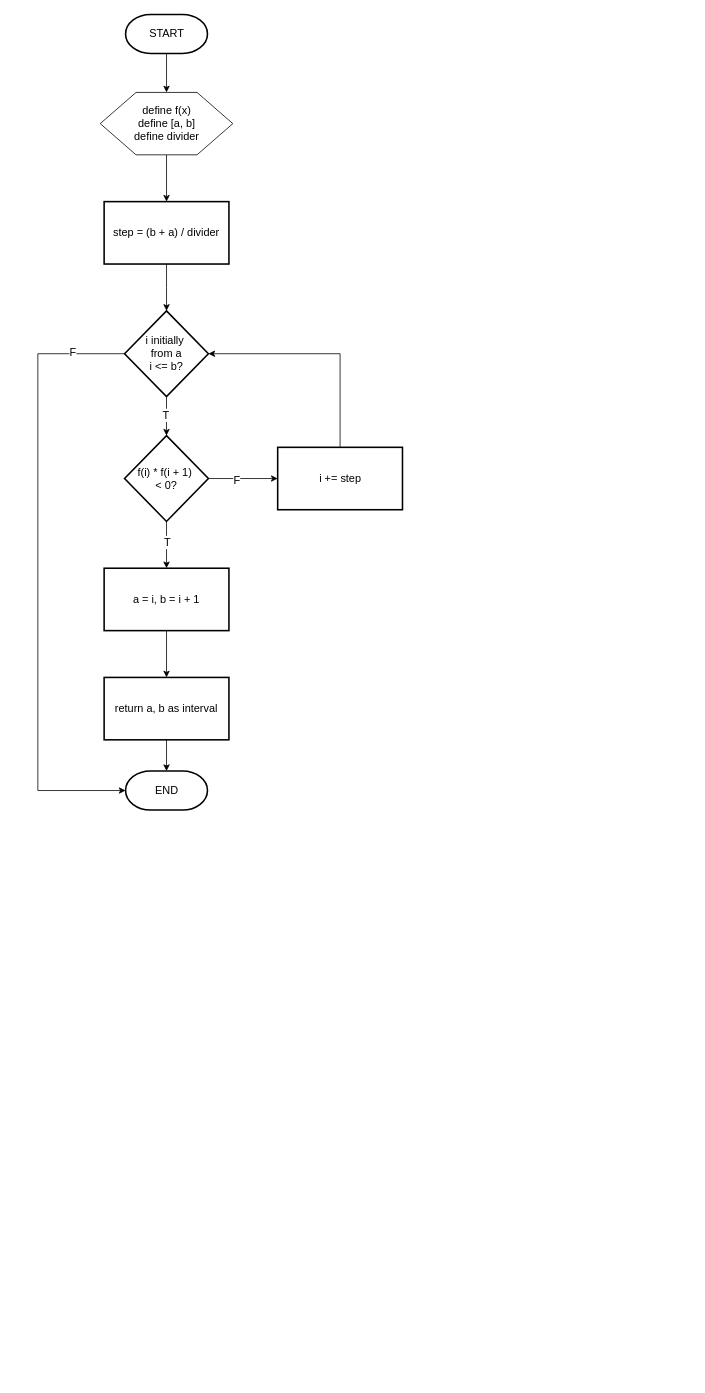
The draw.io diagram tabulation/tabulation.drawio in HarisHerdiansyah/computational-math, before the edit. Source tidied: cells renumbered, new cells numbered last; positions are measured from the earlier drawing's top-left corner, leaving out a move shared by most shapes. Both pictures are drawn from the tidied source at 78%, with x=0, y=0 at pixel (37, 14).
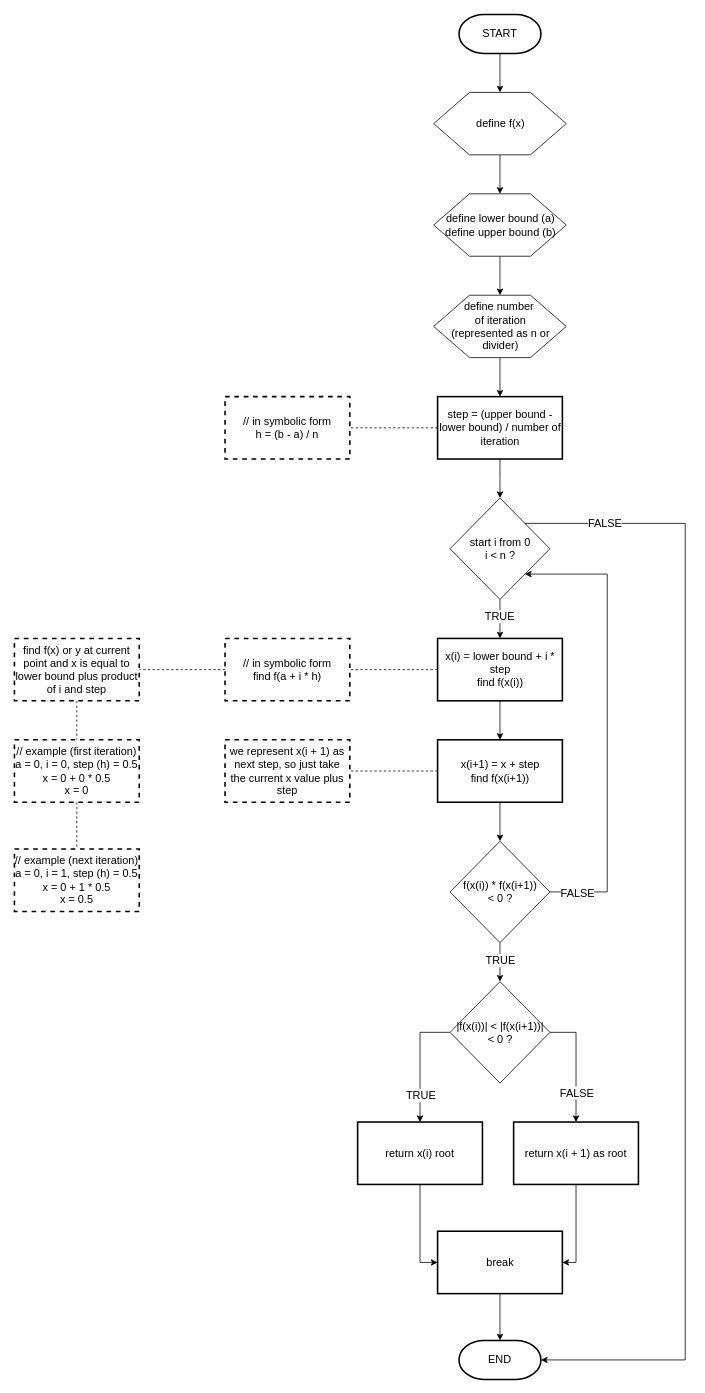
The same page after the edit.

Change to the diagram source:
```diff
@@
-    <mxCell id="2" style="edgeStyle=orthogonalEdgeStyle;rounded=0;jettySize=auto;html=1;fontSize=14;" parent="1" edge="1" source="3" target="5">
-      <mxGeometry relative="1" as="geometry" />
-    </mxCell>
+    <mxCell id="25" style="edgeStyle=orthogonalEdgeStyle;rounded=0;jettySize=auto;html=1;" parent="1" edge="1" source="3" target="27">
+      <mxGeometry relative="1" as="geometry" />
+    </mxCell>
     <mxCell id="3" value="START" style="strokeWidth=2;html=1;shape=mxgraph.flowchart.terminator;whiteSpace=wrap;fontSize=14;" parent="1" vertex="1">
-      <mxGeometry x="112.5" width="105" height="50" as="geometry" />
+      <mxGeometry x="540" width="105" height="50" as="geometry" />
     </mxCell>
-    <mxCell id="4" style="edgeStyle=orthogonalEdgeStyle;rounded=0;jettySize=auto;html=1;" parent="1" edge="1" source="5" target="21">
-      <mxGeometry relative="1" as="geometry" />
-    </mxCell>
-    <mxCell id="5" value="define f(x)&lt;div&gt;define [a, b]&lt;/div&gt;&lt;div&gt;define divider&lt;/div&gt;" style="verticalLabelPosition=middle;verticalAlign=middle;html=1;shape=hexagon;perimeter=hexagonPerimeter2;arcSize=6;size=0.27;labelPosition=center;align=center;fontSize=14;" parent="1" vertex="1">
-      <mxGeometry x="80" y="100" width="170" height="80" as="geometry" />
-    </mxCell>
-    <mxCell id="6" style="edgeStyle=orthogonalEdgeStyle;rounded=0;jettySize=auto;html=1;fontSize=14;" parent="1" edge="1" source="8" target="13">
-      <mxGeometry relative="1" as="geometry" />
-    </mxCell>
-    <mxCell id="7" value="&lt;font style=&quot;font-size: 14px;&quot;&gt;T&lt;/font&gt;" style="edgeLabel;html=1;align=center;verticalAlign=middle;" parent="6" vertex="1">
-      <mxGeometry x="-0.08" y="-1" relative="1" as="geometry" />
-    </mxCell>
-    <mxCell id="8" value="i initially&amp;nbsp;&lt;div&gt;from a&lt;div&gt;i &amp;lt;= b?&lt;/div&gt;&lt;/div&gt;" style="strokeWidth=2;html=1;shape=mxgraph.flowchart.decision;whiteSpace=wrap;fontSize=14;" parent="1" vertex="1">
-      <mxGeometry x="111.2" y="380" width="107.5" height="110" as="geometry" />
-    </mxCell>
-    <mxCell id="9" style="edgeStyle=orthogonalEdgeStyle;rounded=0;jettySize=auto;html=1;" parent="1" edge="1" source="13" target="15">
-      <mxGeometry relative="1" as="geometry" />
-    </mxCell>
-    <mxCell id="10" value="&lt;font style=&quot;font-size: 14px;&quot;&gt;T&lt;/font&gt;" style="edgeLabel;html=1;align=center;verticalAlign=middle;" parent="9" vertex="1">
-      <mxGeometry x="-0.15" relative="1" as="geometry" />
-    </mxCell>
-    <mxCell id="11" style="edgeStyle=orthogonalEdgeStyle;rounded=0;jettySize=auto;html=1;" parent="1" edge="1" source="13" target="16">
-      <mxGeometry relative="1" as="geometry" />
-    </mxCell>
-    <mxCell id="12" value="&lt;font style=&quot;font-size: 14px;&quot;&gt;F&lt;/font&gt;" style="edgeLabel;html=1;align=center;verticalAlign=middle;" parent="11" vertex="1">
-      <mxGeometry x="-0.19" y="-1" relative="1" as="geometry" />
-    </mxCell>
-    <mxCell id="13" value="f(i) * f(i + 1)&amp;nbsp;&lt;div&gt;&amp;lt; 0?&lt;/div&gt;" style="strokeWidth=2;html=1;shape=mxgraph.flowchart.decision;whiteSpace=wrap;fontSize=14;" parent="1" vertex="1">
-      <mxGeometry x="111.2" y="540" width="107.5" height="110" as="geometry" />
-    </mxCell>
-    <mxCell id="14" style="edgeStyle=orthogonalEdgeStyle;rounded=0;jettySize=auto;html=1;" parent="1" edge="1" source="15" target="19">
-      <mxGeometry relative="1" as="geometry" />
-    </mxCell>
-    <mxCell id="15" value="a = i, b = i + 1" style="rounded=1;whiteSpace=wrap;html=1;absoluteArcSize=1;arcSize=0;strokeWidth=2;fontSize=14;" parent="1" vertex="1">
-      <mxGeometry x="85" y="710" width="160" height="80" as="geometry" />
-    </mxCell>
-    <mxCell id="16" value="i += step" style="rounded=1;whiteSpace=wrap;html=1;absoluteArcSize=1;arcSize=0;strokeWidth=2;fontSize=14;" parent="1" vertex="1">
-      <mxGeometry x="307.5" y="555" width="160" height="80" as="geometry" />
-    </mxCell>
-    <mxCell id="17" style="edgeStyle=orthogonalEdgeStyle;rounded=0;jettySize=auto;html=1;exitX=0.5;exitY=0;exitDx=0;exitDy=0;entryX=1;entryY=0.5;entryDx=0;entryDy=0;entryPerimeter=0;" parent="1" edge="1" source="16" target="8">
-      <mxGeometry relative="1" as="geometry" />
-    </mxCell>
-    <mxCell id="18" style="edgeStyle=orthogonalEdgeStyle;rounded=0;jettySize=auto;html=1;" parent="1" edge="1" source="19" target="22">
-      <mxGeometry relative="1" as="geometry" />
-    </mxCell>
-    <mxCell id="19" value="return a, b as interval" style="rounded=1;whiteSpace=wrap;html=1;absoluteArcSize=1;arcSize=0;strokeWidth=2;fontSize=14;" parent="1" vertex="1">
-      <mxGeometry x="85" y="850" width="160" height="80" as="geometry" />
-    </mxCell>
-    <mxCell id="20" style="edgeStyle=orthogonalEdgeStyle;rounded=0;jettySize=auto;html=1;" parent="1" edge="1" source="21" target="8">
-      <mxGeometry relative="1" as="geometry" />
-    </mxCell>
-    <mxCell id="21" value="step = (b + a) / divider" style="rounded=1;whiteSpace=wrap;html=1;absoluteArcSize=1;arcSize=0;strokeWidth=2;fontSize=14;" parent="1" vertex="1">
-      <mxGeometry x="85" y="240" width="160" height="80" as="geometry" />
-    </mxCell>
+    <mxCell id="26" style="edgeStyle=orthogonalEdgeStyle;rounded=0;jettySize=auto;html=1;" parent="1" edge="1" source="27" target="29">
+      <mxGeometry relative="1" as="geometry" />
+    </mxCell>
+    <mxCell id="27" value="define f(x)" style="verticalLabelPosition=middle;verticalAlign=middle;html=1;shape=hexagon;perimeter=hexagonPerimeter2;arcSize=6;size=0.27;labelPosition=center;align=center;fontSize=14;" parent="1" vertex="1">
+      <mxGeometry x="507.5" y="100" width="170" height="80" as="geometry" />
+    </mxCell>
+    <mxCell id="28" style="edgeStyle=orthogonalEdgeStyle;rounded=0;jettySize=auto;html=1;" parent="1" edge="1" source="29" target="31">
+      <mxGeometry relative="1" as="geometry" />
+    </mxCell>
+    <mxCell id="29" value="define lower bound (a)&lt;div&gt;define upper bound (b)&lt;/div&gt;" style="verticalLabelPosition=middle;verticalAlign=middle;html=1;shape=hexagon;perimeter=hexagonPerimeter2;arcSize=6;size=0.27;labelPosition=center;align=center;fontSize=14;" parent="1" vertex="1">
+      <mxGeometry x="507.5" y="230" width="170" height="80" as="geometry" />
+    </mxCell>
+    <mxCell id="30" style="edgeStyle=orthogonalEdgeStyle;rounded=0;jettySize=auto;html=1;" parent="1" edge="1" source="31" target="34">
+      <mxGeometry relative="1" as="geometry" />
+    </mxCell>
+    <mxCell id="31" value="define number&amp;nbsp;&lt;div&gt;of iteration&lt;div&gt;(represented as n or&lt;/div&gt;&lt;div&gt;divider)&lt;/div&gt;&lt;/div&gt;" style="verticalLabelPosition=middle;verticalAlign=middle;html=1;shape=hexagon;perimeter=hexagonPerimeter2;arcSize=6;size=0.27;labelPosition=center;align=center;fontSize=14;" parent="1" vertex="1">
+      <mxGeometry x="507.5" y="360" width="170" height="80" as="geometry" />
+    </mxCell>
+    <mxCell id="32" style="edgeStyle=orthogonalEdgeStyle;rounded=0;jettySize=auto;html=1;endArrow=none;endFill=0;dashed=1;" parent="1" edge="1" source="34" target="35">
+      <mxGeometry relative="1" as="geometry" />
+    </mxCell>
+    <mxCell id="33" style="edgeStyle=orthogonalEdgeStyle;rounded=0;jettySize=auto;html=1;" parent="1" edge="1" source="34">
+      <mxGeometry relative="1" as="geometry">
+        <mxPoint x="592.5" y="620" as="targetPoint" />
+      </mxGeometry>
+    </mxCell>
+    <mxCell id="34" value="step = (upper bound - lower bound) / number of iteration" style="rounded=1;whiteSpace=wrap;html=1;absoluteArcSize=1;arcSize=0;strokeWidth=2;fontSize=14;" parent="1" vertex="1">
+      <mxGeometry x="512.5" y="490" width="160" height="80" as="geometry" />
+    </mxCell>
+    <mxCell id="35" value="// in symbolic form&lt;div&gt;h = (b - a) / n&lt;/div&gt;" style="rounded=1;whiteSpace=wrap;html=1;absoluteArcSize=1;arcSize=0;strokeWidth=2;fontSize=14;dashed=1;" parent="1" vertex="1">
+      <mxGeometry x="240" y="490" width="160" height="80" as="geometry" />
+    </mxCell>
+    <mxCell id="36" style="edgeStyle=orthogonalEdgeStyle;rounded=0;jettySize=auto;html=1;" parent="1" edge="1" source="38" target="41">
+      <mxGeometry relative="1" as="geometry" />
+    </mxCell>
+    <mxCell id="37" value="&lt;font style=&quot;font-size: 14px;&quot;&gt;TRUE&lt;/font&gt;" style="edgeLabel;html=1;align=center;verticalAlign=middle;" parent="36" vertex="1">
+      <mxGeometry x="-0.15" y="-1" relative="1" as="geometry" />
+    </mxCell>
+    <mxCell id="38" value="&lt;div&gt;start i from 0&lt;/div&gt;i &amp;lt; n ?" style="rhombus;whiteSpace=wrap;html=1;fontSize=14;" parent="1" vertex="1">
+      <mxGeometry x="528.5" y="620" width="128" height="130" as="geometry" />
+    </mxCell>
+    <mxCell id="39" style="edgeStyle=orthogonalEdgeStyle;rounded=0;jettySize=auto;html=1;dashed=1;endArrow=none;endFill=0;" parent="1" edge="1" source="41" target="43">
+      <mxGeometry relative="1" as="geometry" />
+    </mxCell>
+    <mxCell id="40" style="edgeStyle=orthogonalEdgeStyle;rounded=0;jettySize=auto;html=1;" parent="1" edge="1" source="41" target="51">
+      <mxGeometry relative="1" as="geometry" />
+    </mxCell>
+    <mxCell id="41" value="&lt;div&gt;x(i) = lower bound + i * step&lt;/div&gt;find f(x(i))" style="rounded=1;whiteSpace=wrap;html=1;absoluteArcSize=1;arcSize=0;strokeWidth=2;fontSize=14;" parent="1" vertex="1">
+      <mxGeometry x="512.5" y="800" width="160" height="80" as="geometry" />
+    </mxCell>
+    <mxCell id="42" style="edgeStyle=orthogonalEdgeStyle;rounded=0;jettySize=auto;html=1;dashed=1;endArrow=none;endFill=0;" parent="1" edge="1" source="43" target="45">
+      <mxGeometry relative="1" as="geometry" />
+    </mxCell>
+    <mxCell id="43" value="// in symbolic form&lt;div&gt;find f(a + i * h)&lt;/div&gt;" style="rounded=1;whiteSpace=wrap;html=1;absoluteArcSize=1;arcSize=0;strokeWidth=2;fontSize=14;dashed=1;" parent="1" vertex="1">
+      <mxGeometry x="240" y="800" width="160" height="80" as="geometry" />
+    </mxCell>
+    <mxCell id="44" style="edgeStyle=orthogonalEdgeStyle;rounded=0;jettySize=auto;html=1;endArrow=none;endFill=0;dashed=1;" parent="1" edge="1" source="45" target="47">
+      <mxGeometry relative="1" as="geometry" />
+    </mxCell>
+    <mxCell id="45" value="find f(x) or y at current point and x is equal to lower bound plus product of i and step" style="rounded=1;whiteSpace=wrap;html=1;absoluteArcSize=1;arcSize=0;strokeWidth=2;fontSize=14;dashed=1;" parent="1" vertex="1">
+      <mxGeometry x="-30" y="800" width="160" height="80" as="geometry" />
+    </mxCell>
+    <mxCell id="46" style="edgeStyle=orthogonalEdgeStyle;rounded=0;jettySize=auto;html=1;dashed=1;endArrow=none;endFill=0;" parent="1" edge="1" source="47" target="48">
+      <mxGeometry relative="1" as="geometry" />
+    </mxCell>
+    <mxCell id="47" value="// example (first iteration)&lt;div&gt;a = 0, i = 0, step (h) = 0.5&lt;/div&gt;&lt;div&gt;x = 0 + 0 * 0.5&lt;/div&gt;&lt;div&gt;x = 0&lt;/div&gt;" style="rounded=1;whiteSpace=wrap;html=1;absoluteArcSize=1;arcSize=0;strokeWidth=2;fontSize=14;dashed=1;" parent="1" vertex="1">
+      <mxGeometry x="-30" y="930" width="160" height="80" as="geometry" />
+    </mxCell>
+    <mxCell id="48" value="// example (next iteration)&lt;div&gt;a = 0, i = 1, step (h) = 0.5&lt;/div&gt;&lt;div&gt;x = 0 + 1 * 0.5&lt;/div&gt;&lt;div&gt;x = 0.5&lt;/div&gt;" style="rounded=1;whiteSpace=wrap;html=1;absoluteArcSize=1;arcSize=0;strokeWidth=2;fontSize=14;dashed=1;" parent="1" vertex="1">
+      <mxGeometry x="-30" y="1070" width="160" height="80" as="geometry" />
+    </mxCell>
+    <mxCell id="49" style="edgeStyle=orthogonalEdgeStyle;rounded=0;jettySize=auto;html=1;dashed=1;endArrow=none;endFill=0;" parent="1" edge="1" source="51" target="52">
+      <mxGeometry relative="1" as="geometry" />
+    </mxCell>
+    <mxCell id="50" style="edgeStyle=orthogonalEdgeStyle;rounded=0;jettySize=auto;html=1;" parent="1" edge="1" source="51" target="57">
+      <mxGeometry relative="1" as="geometry" />
+    </mxCell>
+    <mxCell id="51" value="x(i+1) = x + step&lt;div&gt;find f(x(i+1))&lt;/div&gt;" style="rounded=1;whiteSpace=wrap;html=1;absoluteArcSize=1;arcSize=0;strokeWidth=2;fontSize=14;" parent="1" vertex="1">
+      <mxGeometry x="512.5" y="930" width="160" height="80" as="geometry" />
+    </mxCell>
+    <mxCell id="52" value="we represent x(i + 1) as next step, so just take the current x value plus step" style="rounded=1;whiteSpace=wrap;html=1;absoluteArcSize=1;arcSize=0;strokeWidth=2;fontSize=14;dashed=1;" parent="1" vertex="1">
+      <mxGeometry x="240" y="930" width="160" height="80" as="geometry" />
+    </mxCell>
+    <mxCell id="53" style="edgeStyle=orthogonalEdgeStyle;rounded=0;jettySize=auto;html=1;" parent="1" edge="1" source="57" target="62">
+      <mxGeometry relative="1" as="geometry" />
+    </mxCell>
+    <mxCell id="54" value="&lt;font style=&quot;font-size: 14px;&quot;&gt;TRUE&lt;/font&gt;" style="edgeLabel;html=1;align=center;verticalAlign=middle;" parent="53" vertex="1">
+      <mxGeometry x="-0.12" relative="1" as="geometry" />
+    </mxCell>
+    <mxCell id="55" style="rounded=0;jettySize=auto;html=1;exitX=1;exitY=0.5;exitDx=0;exitDy=0;entryX=1;entryY=1;entryDx=0;entryDy=0;edgeStyle=orthogonalEdgeStyle;" parent="1" edge="1" source="57" target="38">
+      <mxGeometry relative="1" as="geometry">
+        <Array as="points">
+          <mxPoint x="730" y="1125" />
+          <mxPoint x="730" y="718" />
+          <mxPoint x="625" y="718" />
+        </Array>
+      </mxGeometry>
+    </mxCell>
+    <mxCell id="56" value="&lt;span style=&quot;font-size: 14px;&quot;&gt;FALSE&lt;/span&gt;" style="edgeLabel;html=1;align=center;verticalAlign=middle;" parent="55" vertex="1">
+      <mxGeometry x="-0.88" y="-1" relative="1" as="geometry" />
+    </mxCell>
+    <mxCell id="57" value="&lt;div&gt;f(x(i)) * f(x(i+1))&lt;/div&gt;&lt;div&gt;&amp;lt; 0 ?&lt;/div&gt;" style="rhombus;whiteSpace=wrap;html=1;fontSize=14;" parent="1" vertex="1">
+      <mxGeometry x="528.5" y="1060" width="128" height="130" as="geometry" />
+    </mxCell>
+    <mxCell id="58" style="edgeStyle=orthogonalEdgeStyle;rounded=0;jettySize=auto;html=1;exitX=0;exitY=0.5;exitDx=0;exitDy=0;entryX=0.5;entryY=0;entryDx=0;entryDy=0;" parent="1" edge="1" source="62" target="64">
+      <mxGeometry relative="1" as="geometry" />
+    </mxCell>
+    <mxCell id="59" value="&lt;font style=&quot;font-size: 14px;&quot;&gt;TRUE&lt;/font&gt;" style="edgeLabel;html=1;align=center;verticalAlign=middle;" parent="58" vertex="1">
+      <mxGeometry x="0.55" relative="1" as="geometry" />
+    </mxCell>
+    <mxCell id="60" style="edgeStyle=orthogonalEdgeStyle;rounded=0;jettySize=auto;html=1;exitX=1;exitY=0.5;exitDx=0;exitDy=0;entryX=0.5;entryY=0;entryDx=0;entryDy=0;" parent="1" edge="1" source="62" target="66">
+      <mxGeometry relative="1" as="geometry" />
+    </mxCell>
+    <mxCell id="61" value="&lt;span style=&quot;font-size: 14px;&quot;&gt;FALSE&lt;/span&gt;" style="edgeLabel;html=1;align=center;verticalAlign=middle;" parent="60" vertex="1">
+      <mxGeometry x="0.49" relative="1" as="geometry" />
+    </mxCell>
+    <mxCell id="62" value="|f(x(i))| &amp;lt; |f(x(i+1))|&lt;div&gt;&amp;lt; 0 ?&lt;/div&gt;" style="rhombus;whiteSpace=wrap;html=1;fontSize=14;" parent="1" vertex="1">
+      <mxGeometry x="528.5" y="1240" width="128" height="130" as="geometry" />
+    </mxCell>
+    <mxCell id="63" style="edgeStyle=orthogonalEdgeStyle;rounded=0;jettySize=auto;html=1;exitX=0.5;exitY=1;exitDx=0;exitDy=0;entryX=0;entryY=0.5;entryDx=0;entryDy=0;" parent="1" edge="1" source="64" target="68">
+      <mxGeometry relative="1" as="geometry" />
+    </mxCell>
+    <mxCell id="64" value="return x(i) root" style="rounded=1;whiteSpace=wrap;html=1;absoluteArcSize=1;arcSize=0;strokeWidth=2;fontSize=14;" parent="1" vertex="1">
+      <mxGeometry x="410" y="1420" width="160" height="80" as="geometry" />
+    </mxCell>
+    <mxCell id="65" style="edgeStyle=orthogonalEdgeStyle;rounded=0;jettySize=auto;html=1;exitX=0.5;exitY=1;exitDx=0;exitDy=0;entryX=1;entryY=0.5;entryDx=0;entryDy=0;" parent="1" edge="1" source="66" target="68">
+      <mxGeometry relative="1" as="geometry">
+        <Array as="points">
+          <mxPoint x="690" y="1600" />
+        </Array>
+      </mxGeometry>
+    </mxCell>
+    <mxCell id="66" value="return x(i + 1) as root" style="rounded=1;whiteSpace=wrap;html=1;absoluteArcSize=1;arcSize=0;strokeWidth=2;fontSize=14;" parent="1" vertex="1">
+      <mxGeometry x="610" y="1420" width="160" height="80" as="geometry" />
+    </mxCell>
+    <mxCell id="67" style="edgeStyle=orthogonalEdgeStyle;rounded=0;jettySize=auto;html=1;" parent="1" edge="1" source="68" target="22">
+      <mxGeometry relative="1" as="geometry" />
+    </mxCell>
+    <mxCell id="68" value="break" style="rounded=1;whiteSpace=wrap;html=1;absoluteArcSize=1;arcSize=0;strokeWidth=2;fontSize=14;" parent="1" vertex="1">
+      <mxGeometry x="512.5" y="1560" width="160" height="80" as="geometry" />
+    </mxCell>
     <mxCell id="22" value="END" style="strokeWidth=2;html=1;shape=mxgraph.flowchart.terminator;whiteSpace=wrap;fontSize=14;" parent="1" vertex="1">
-      <mxGeometry x="112.5" y="970" width="105" height="50" as="geometry" />
+      <mxGeometry x="540" y="1700" width="105" height="50" as="geometry" />
     </mxCell>
-    <mxCell id="23" style="edgeStyle=orthogonalEdgeStyle;rounded=0;jettySize=auto;html=1;exitX=0;exitY=0.5;exitDx=0;exitDy=0;exitPerimeter=0;entryX=0;entryY=0.5;entryDx=0;entryDy=0;entryPerimeter=0;" parent="1" edge="1" source="8" target="22">
-      <mxGeometry relative="1" as="geometry">
-        <Array as="points">
-          <mxPoint y="435" />
-          <mxPoint y="995" />
-        </Array>
-      </mxGeometry>
-    </mxCell>
-    <mxCell id="24" value="&lt;font style=&quot;font-size: 14px;&quot;&gt;F&lt;/font&gt;" style="edgeLabel;html=1;align=center;verticalAlign=middle;" parent="23" vertex="1">
-      <mxGeometry x="-0.83" y="-3" relative="1" as="geometry" />
-    </mxCell>
+    <mxCell id="69" style="edgeStyle=orthogonalEdgeStyle;rounded=0;jettySize=auto;html=1;exitX=1;exitY=0;exitDx=0;exitDy=0;entryX=1;entryY=0.5;entryDx=0;entryDy=0;entryPerimeter=0;" parent="1" edge="1" source="38" target="22">
+      <mxGeometry relative="1" as="geometry">
+        <Array as="points">
+          <mxPoint x="830" y="652" />
+          <mxPoint x="830" y="1725" />
+        </Array>
+      </mxGeometry>
+    </mxCell>
+    <mxCell id="70" value="&lt;font style=&quot;font-size: 14px;&quot;&gt;FALSE&lt;/font&gt;" style="edgeLabel;html=1;align=center;verticalAlign=middle;" parent="69" vertex="1">
+      <mxGeometry x="-0.86" relative="1" as="geometry" />
+    </mxCell>
```
